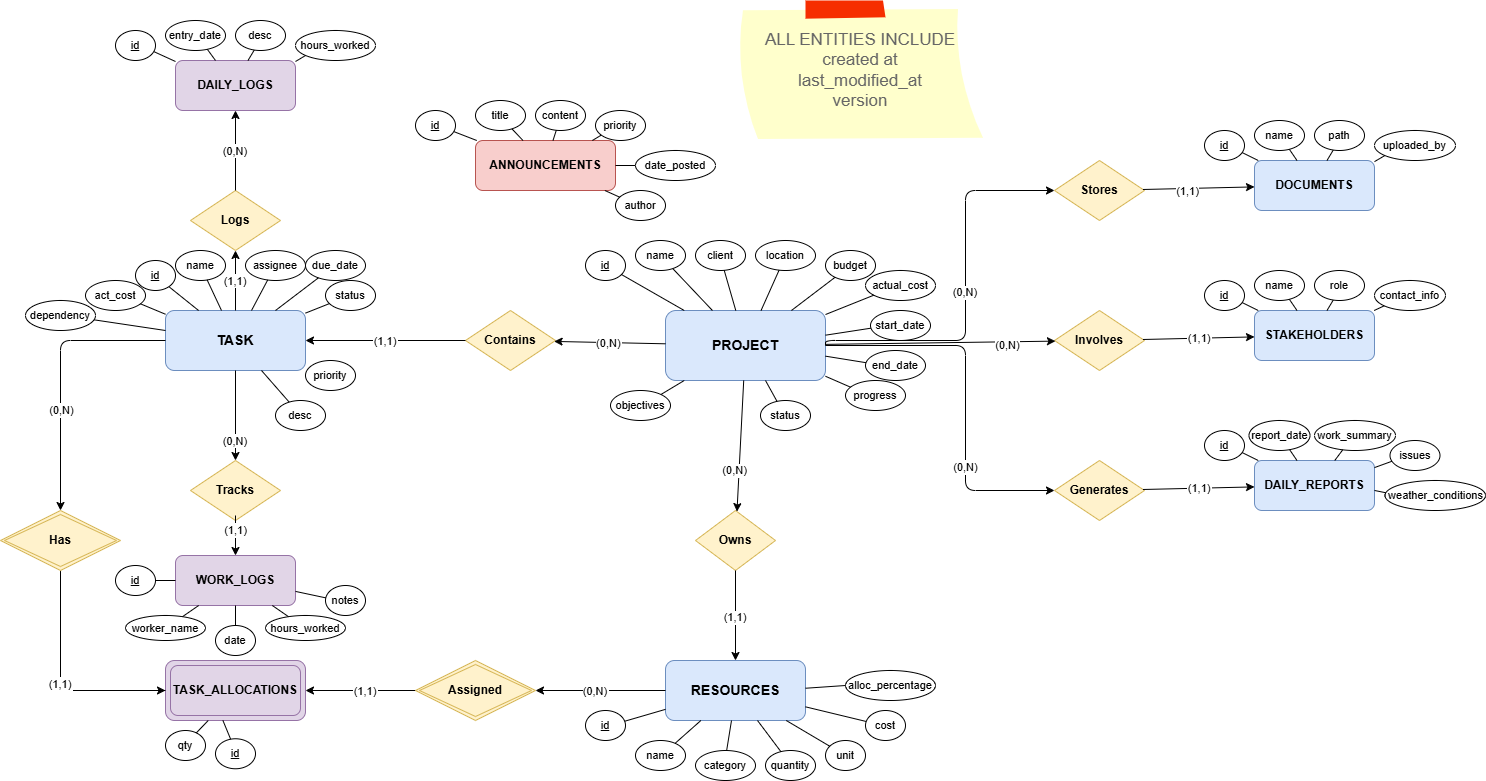
Earlier version of the draw.io export docs/Models_Reports/ERD_FINAL.png (OmarTheGrey/Constructflow-Project-Management). Source tidied: cells renumbered, new cells last; positions are measured from the earlier drawing's top-left corner, leaving out a move shared by most shapes.
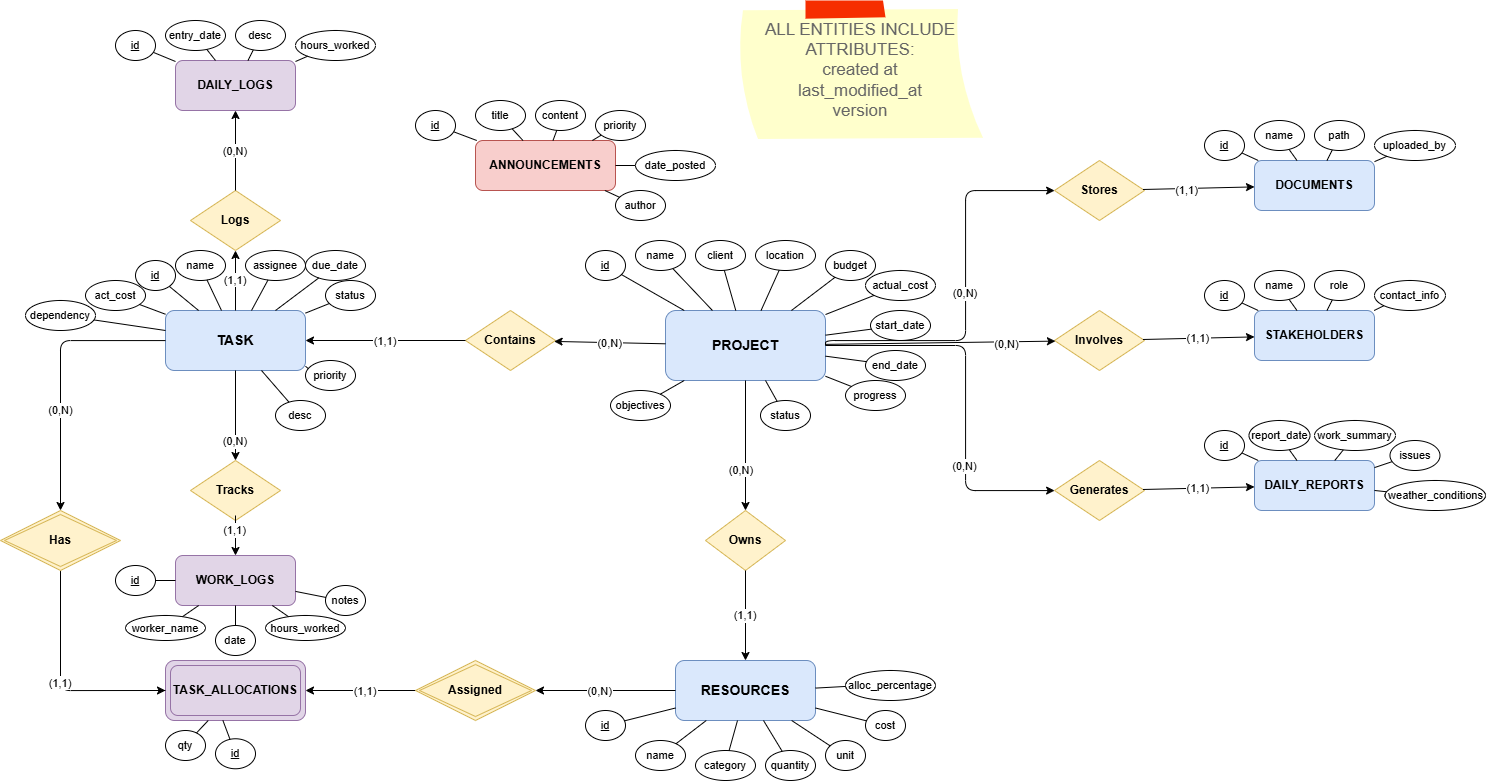
Later version of the same file.

Change to the diagram source:
```diff
@@ -129,7 +129,7 @@
       <mxGeometry relative="1" as="geometry" />
     </mxCell>
     <mxCell id="44" value="RESOURCES" style="whiteSpace=wrap;html=1;align=center;fillColor=#dae8fc;strokeColor=#6c8ebf;fontStyle=1;fontSize=14;rounded=1;" parent="1" vertex="1">
-      <mxGeometry x="665" y="660" width="140" height="60" as="geometry" />
+      <mxGeometry x="675" y="660" width="140" height="60" as="geometry" />
     </mxCell>
     <mxCell id="45" value="id" style="ellipse;whiteSpace=wrap;html=1;align=center;fontStyle=4;fontSize=11;" parent="1" vertex="1">
       <mxGeometry x="585" y="710" width="40" height="30" as="geometry" />
@@ -377,7 +377,7 @@
       <mxGeometry x="465" y="310" width="90" height="60" as="geometry" />
     </mxCell>
     <mxCell id="126" value="Owns" style="rhombus;whiteSpace=wrap;html=1;fillColor=#fff2cc;strokeColor=#d6b656;fontStyle=1;" parent="1" vertex="1">
-      <mxGeometry x="695" y="510" width="80" height="60" as="geometry" />
+      <mxGeometry x="705" y="510" width="80" height="60" as="geometry" />
     </mxCell>
     <mxCell id="127" value="Logs" style="rhombus;whiteSpace=wrap;html=1;fillColor=#fff2cc;strokeColor=#d6b656;fontStyle=1;" parent="1" vertex="1">
       <mxGeometry x="190" y="190" width="90" height="60" as="geometry" />
@@ -498,7 +498,7 @@
     <mxCell id="158" style="endArrow=none;entryX=0.41;entryY=0.999;entryDx=0;entryDy=0;entryPerimeter=0;" parent="1" edge="1" source="157" target="79">
       <mxGeometry relative="1" as="geometry" />
     </mxCell>
-    <mxCell id="159" value="&lt;div&gt;ALL ENTITIES INCLUDE&lt;/div&gt;created at&lt;div&gt;last_modified_at&lt;/div&gt;&lt;div&gt;version&lt;/div&gt;" style="strokeWidth=1;shadow=0;dashed=0;align=center;html=1;shape=mxgraph.mockup.text.stickyNote2;fontColor=#666666;mainText=;fontSize=17;whiteSpace=wrap;fillColor=#ffffcc;strokeColor=#F62E00;" parent="1" vertex="1">
+    <mxCell id="159" value="&lt;div&gt;ALL ENTITIES INCLUDE ATTRIBUTES:&lt;/div&gt;created at&lt;div&gt;last_modified_at&lt;/div&gt;&lt;div&gt;version&lt;/div&gt;" style="strokeWidth=1;shadow=0;dashed=0;align=center;html=1;shape=mxgraph.mockup.text.stickyNote2;fontColor=#666666;mainText=;fontSize=17;whiteSpace=wrap;fillColor=#ffffcc;strokeColor=#F62E00;" parent="1" vertex="1">
       <mxGeometry x="735" width="250" height="140" as="geometry" />
     </mxCell>
   </root>
```
